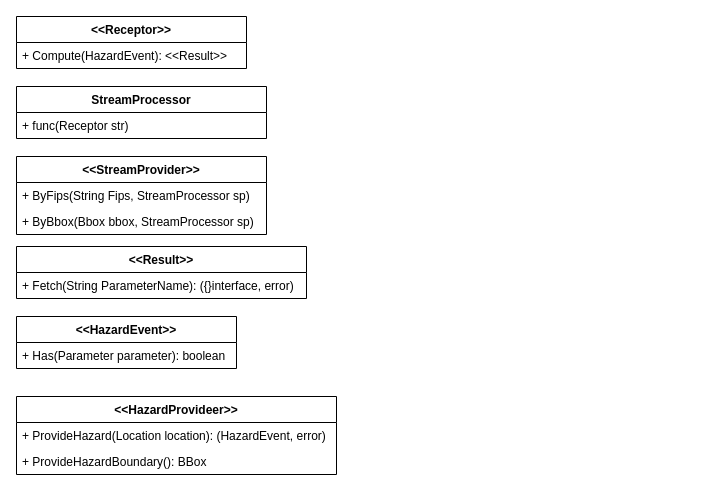
USACE/go-consequences keeps this draw.io diagram as UML.drawio. Above is the earlier version. Source tidied: cells renumbered, new cells numbered last; positions are measured from the earlier drawing's top-left corner, leaving out a move shared by most shapes. Both pictures are drawn from the tidied source at 100%, with x=0, y=0 at pixel (16, 16).
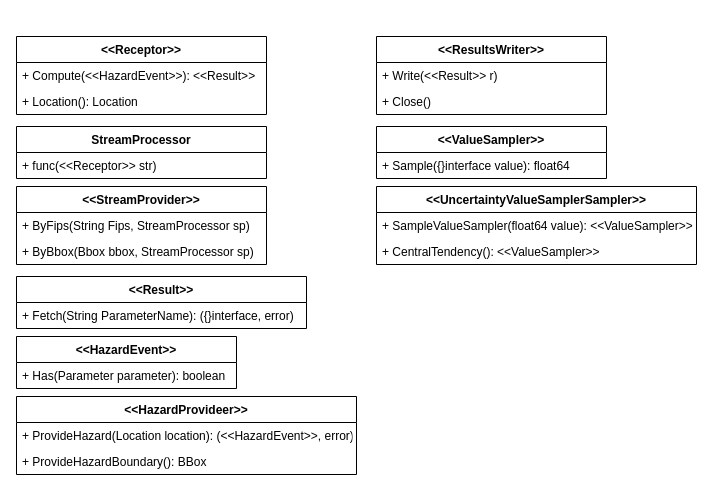
Above is the later version.

Change to the diagram source:
```diff
@@
     <mxCell id="2" value="&lt;&lt;Receptor&gt;&gt;" style="swimlane;fontStyle=1;align=center;verticalAlign=top;horizontal=1;startSize=26;" parent="1" vertex="1">
-      <mxGeometry width="230" height="52" as="geometry" />
+      <mxGeometry y="20" width="250" height="78" as="geometry" />
     </mxCell>
-    <mxCell id="3" value="+ Compute(HazardEvent): &lt;&lt;Result&gt;&gt;" style="text;strokeColor=none;fillColor=none;align=left;verticalAlign=top;spacingLeft=4;spacingRight=4;overflow=hidden;" parent="2" vertex="1">
-      <mxGeometry y="26" width="230" height="26" as="geometry" />
+    <mxCell id="3" value="+ Compute(&lt;&lt;HazardEvent&gt;&gt;): &lt;&lt;Result&gt;&gt;" style="text;strokeColor=none;fillColor=none;align=left;verticalAlign=top;spacingLeft=4;spacingRight=4;overflow=hidden;" parent="2" vertex="1">
+      <mxGeometry y="26" width="250" height="26" as="geometry" />
     </mxCell>
+    <mxCell id="16" value="+ Location(): Location" style="text;strokeColor=none;fillColor=none;align=left;verticalAlign=top;spacingLeft=4;spacingRight=4;overflow=hidden;" parent="2" vertex="1">
+      <mxGeometry y="52" width="250" height="26" as="geometry" />
+    </mxCell>
     <mxCell id="4" value="&lt;&lt;Result&gt;&gt;" style="swimlane;fontStyle=1;align=center;verticalAlign=top;horizontal=1;startSize=26;" parent="1" vertex="1">
-      <mxGeometry y="230" width="290" height="52" as="geometry" />
+      <mxGeometry y="260" width="290" height="52" as="geometry" />
     </mxCell>
@@
     <mxCell id="6" value="&lt;&lt;HazardEvent&gt;&gt;" style="swimlane;fontStyle=1;align=center;verticalAlign=top;horizontal=1;startSize=26;" parent="1" vertex="1">
-      <mxGeometry y="300" width="220" height="52" as="geometry" />
+      <mxGeometry y="320" width="220" height="52" as="geometry" />
     </mxCell>
@@
     <mxCell id="8" value="&lt;&lt;HazardProvideer&gt;&gt;" style="swimlane;fontStyle=1;align=center;verticalAlign=top;horizontal=1;startSize=26;" parent="1" vertex="1">
-      <mxGeometry y="380" width="320" height="78" as="geometry" />
+      <mxGeometry y="380" width="340" height="78" as="geometry" />
     </mxCell>
-    <mxCell id="9" value="+ ProvideHazard(Location location): (HazardEvent, error)" style="text;strokeColor=none;fillColor=none;align=left;verticalAlign=top;spacingLeft=4;spacingRight=4;overflow=hidden;" parent="8" vertex="1">
-      <mxGeometry y="26" width="320" height="26" as="geometry" />
+    <mxCell id="9" value="+ ProvideHazard(Location location): (&lt;&lt;HazardEvent&gt;&gt;, error)" style="text;strokeColor=none;fillColor=none;align=left;verticalAlign=top;spacingLeft=4;spacingRight=4;overflow=hidden;" parent="8" vertex="1">
+      <mxGeometry y="26" width="340" height="26" as="geometry" />
     </mxCell>
     <mxCell id="10" value="+ ProvideHazardBoundary(): BBox" style="text;strokeColor=none;fillColor=none;align=left;verticalAlign=top;spacingLeft=4;spacingRight=4;overflow=hidden;" parent="8" vertex="1">
-      <mxGeometry y="52" width="320" height="26" as="geometry" />
+      <mxGeometry y="52" width="340" height="26" as="geometry" />
     </mxCell>
     <mxCell id="11" value="&lt;&lt;StreamProvider&gt;&gt;" style="swimlane;fontStyle=1;align=center;verticalAlign=top;horizontal=1;startSize=26;" parent="1" vertex="1">
-      <mxGeometry y="140" width="250" height="78" as="geometry" />
+      <mxGeometry y="170" width="250" height="78" as="geometry" />
     </mxCell>
@@
     <mxCell id="14" value="StreamProcessor" style="swimlane;fontStyle=1;align=center;verticalAlign=top;horizontal=1;startSize=26;" parent="1" vertex="1">
-      <mxGeometry y="70" width="250" height="52" as="geometry" />
+      <mxGeometry y="110" width="250" height="52" as="geometry" />
     </mxCell>
-    <mxCell id="15" value="+ func(Receptor str)" style="text;strokeColor=none;fillColor=none;align=left;verticalAlign=top;spacingLeft=4;spacingRight=4;overflow=hidden;" parent="14" vertex="1">
+    <mxCell id="15" value="+ func(&lt;&lt;Receptor&gt;&gt; str)" style="text;strokeColor=none;fillColor=none;align=left;verticalAlign=top;spacingLeft=4;spacingRight=4;overflow=hidden;" parent="14" vertex="1">
       <mxGeometry y="26" width="250" height="26" as="geometry" />
     </mxCell>
+    <mxCell id="17" value="&lt;&lt;ResultsWriter&gt;&gt;" style="swimlane;fontStyle=1;align=center;verticalAlign=top;horizontal=1;startSize=26;" parent="1" vertex="1">
+      <mxGeometry x="360" y="20" width="230" height="78" as="geometry" />
+    </mxCell>
+    <mxCell id="18" value="+ Write(&lt;&lt;Result&gt;&gt; r)" style="text;strokeColor=none;fillColor=none;align=left;verticalAlign=top;spacingLeft=4;spacingRight=4;overflow=hidden;" parent="17" vertex="1">
+      <mxGeometry y="26" width="230" height="26" as="geometry" />
+    </mxCell>
+    <mxCell id="19" value="+ Close()" style="text;strokeColor=none;fillColor=none;align=left;verticalAlign=top;spacingLeft=4;spacingRight=4;overflow=hidden;" parent="17" vertex="1">
+      <mxGeometry y="52" width="230" height="26" as="geometry" />
+    </mxCell>
+    <mxCell id="20" value="&lt;&lt;ValueSampler&gt;&gt;" style="swimlane;fontStyle=1;align=center;verticalAlign=top;horizontal=1;startSize=26;" parent="1" vertex="1">
+      <mxGeometry x="360" y="110" width="230" height="52" as="geometry" />
+    </mxCell>
+    <mxCell id="21" value="+ Sample({}interface value): float64" style="text;strokeColor=none;fillColor=none;align=left;verticalAlign=top;spacingLeft=4;spacingRight=4;overflow=hidden;" parent="20" vertex="1">
+      <mxGeometry y="26" width="230" height="26" as="geometry" />
+    </mxCell>
+    <mxCell id="22" value="&lt;&lt;UncertaintyValueSamplerSampler&gt;&gt;" style="swimlane;fontStyle=1;align=center;verticalAlign=top;horizontal=1;startSize=26;" parent="1" vertex="1">
+      <mxGeometry x="360" y="170" width="320" height="78" as="geometry" />
+    </mxCell>
+    <mxCell id="23" value="+ SampleValueSampler(float64 value): &lt;&lt;ValueSampler&gt;&gt;" style="text;strokeColor=none;fillColor=none;align=left;verticalAlign=top;spacingLeft=4;spacingRight=4;overflow=hidden;" parent="22" vertex="1">
+      <mxGeometry y="26" width="320" height="26" as="geometry" />
+    </mxCell>
+    <mxCell id="24" value="+ CentralTendency(): &lt;&lt;ValueSampler&gt;&gt;" style="text;strokeColor=none;fillColor=none;align=left;verticalAlign=top;spacingLeft=4;spacingRight=4;overflow=hidden;" parent="22" vertex="1">
+      <mxGeometry y="52" width="320" height="26" as="geometry" />
+    </mxCell>
```
